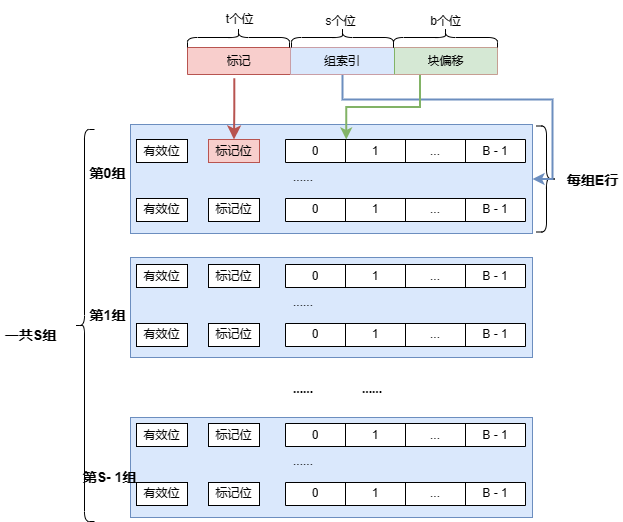
The draw.io diagram OS/Cache相关.drawio.png in SixPlusAndTimes/drawio, before a commit. Source tidied: cells renumbered, new cells last; positions are measured from the earlier drawing's top-left corner, leaving out a move shared by most shapes.
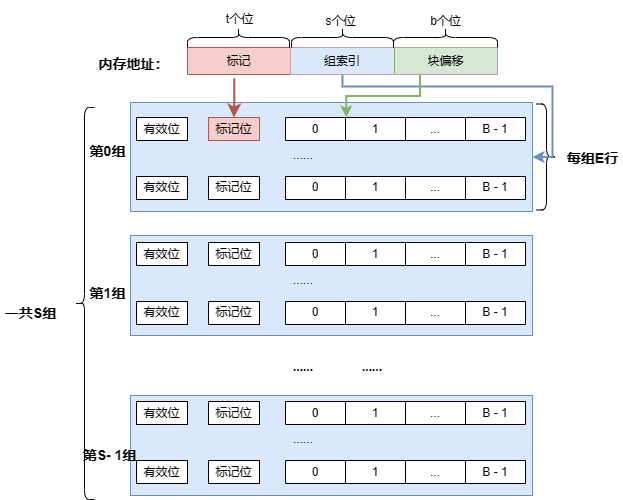
Above is the later version.

What changed in the source:
```diff
@@ -183,13 +183,19 @@
       <mxGeometry y="327" width="60" height="40" as="geometry" />
     </mxCell>
     <mxCell id="62" style="edgeStyle=orthogonalEdgeStyle;rounded=0;jettySize=auto;html=1;exitX=0.5;exitY=1;exitDx=0;exitDy=0;entryX=1;entryY=0.5;entryDx=0;entryDy=0;strokeWidth=2;fillColor=#dae8fc;strokeColor=#6c8ebf;" parent="1" edge="1" source="64" target="4">
-      <mxGeometry relative="1" as="geometry" />
+      <mxGeometry relative="1" as="geometry">
+        <Array as="points">
+          <mxPoint x="342" y="123" />
+          <mxPoint x="552" y="123" />
+          <mxPoint x="552" y="194" />
+        </Array>
+      </mxGeometry>
     </mxCell>
     <mxCell id="63" style="edgeStyle=orthogonalEdgeStyle;rounded=0;jettySize=auto;html=1;exitX=0.75;exitY=1;exitDx=0;exitDy=0;entryX=0.253;entryY=0;entryDx=0;entryDy=0;entryPerimeter=0;fillColor=#d5e8d4;strokeColor=#82b366;strokeWidth=2;" parent="1" edge="1" source="64" target="8">
       <mxGeometry relative="1" as="geometry" />
     </mxCell>
     <mxCell id="64" style="shape=table;startSize=0;fillColor=#f8cecc;strokeColor=#b85450;" parent="1" vertex="1">
-      <mxGeometry x="187" y="62" width="310" height="27" as="geometry" />
+      <mxGeometry x="187" y="84" width="310" height="27" as="geometry" />
     </mxCell>
     <mxCell id="65" style="shape=tableRow;horizontal=0;startSize=0;swimlaneHead=0;swimlaneBody=0;strokeColor=inherit;top=0;left=0;bottom=0;right=0;fillColor=none;points=[[0,0.5],[1,0.5]];portConstraint=eastwest;" parent="64" vertex="1">
       <mxGeometry width="310" height="27" as="geometry" />
@@ -216,22 +222,25 @@
       <mxGeometry relative="1" as="geometry" />
     </mxCell>
     <mxCell id="73" style="shape=curlyBracket;whiteSpace=wrap;html=1;rounded=1;labelPosition=left;verticalLabelPosition=middle;align=right;verticalAlign=middle;rotation=90;" parent="1" vertex="1">
-      <mxGeometry x="228" y="1" width="20" height="102" as="geometry" />
+      <mxGeometry x="228" y="23" width="20" height="102" as="geometry" />
     </mxCell>
     <mxCell id="74" style="shape=curlyBracket;whiteSpace=wrap;html=1;rounded=1;labelPosition=left;verticalLabelPosition=middle;align=right;verticalAlign=middle;rotation=90;" parent="1" vertex="1">
-      <mxGeometry x="332" y="1" width="20" height="102" as="geometry" />
+      <mxGeometry x="332" y="23" width="20" height="102" as="geometry" />
     </mxCell>
     <mxCell id="75" style="shape=curlyBracket;whiteSpace=wrap;html=1;rounded=1;labelPosition=left;verticalLabelPosition=middle;align=right;verticalAlign=middle;rotation=90;" parent="1" vertex="1">
-      <mxGeometry x="435" width="20" height="104" as="geometry" />
+      <mxGeometry x="435" y="22" width="20" height="104" as="geometry" />
     </mxCell>
     <mxCell id="76" value="&lt;font style=&quot;font-size: 12px; font-weight: normal;&quot;&gt;t个位&lt;/font&gt;" style="text;strokeColor=none;fillColor=none;html=1;fontSize=24;fontStyle=1;verticalAlign=middle;align=center;" parent="1" vertex="1">
-      <mxGeometry x="219" y="20" width="40" height="19" as="geometry" />
+      <mxGeometry x="219" y="42" width="40" height="19" as="geometry" />
     </mxCell>
     <mxCell id="77" value="&lt;font style=&quot;font-size: 12px; font-weight: normal;&quot;&gt;s个位&lt;/font&gt;" style="text;strokeColor=none;fillColor=none;html=1;fontSize=24;fontStyle=1;verticalAlign=middle;align=center;" parent="1" vertex="1">
-      <mxGeometry x="320" y="22" width="40" height="19" as="geometry" />
+      <mxGeometry x="320" y="44" width="40" height="19" as="geometry" />
     </mxCell>
     <mxCell id="78" value="&lt;font style=&quot;font-size: 12px; font-weight: normal;&quot;&gt;b个位&lt;/font&gt;" style="text;strokeColor=none;fillColor=none;html=1;fontSize=24;fontStyle=1;verticalAlign=middle;align=center;" parent="1" vertex="1">
-      <mxGeometry x="425" y="22" width="40" height="19" as="geometry" />
+      <mxGeometry x="425" y="44" width="40" height="19" as="geometry" />
     </mxCell>
+    <mxCell id="79" value="&lt;font style=&quot;font-size: 14px;&quot;&gt;内存地址：&lt;/font&gt;" style="text;strokeColor=none;fillColor=none;html=1;fontSize=24;fontStyle=1;verticalAlign=middle;align=center;" parent="1" vertex="1">
+      <mxGeometry x="83" y="77.5" width="100" height="40" as="geometry" />
+    </mxCell>
   </root>
 </mxGraphModel>
```
